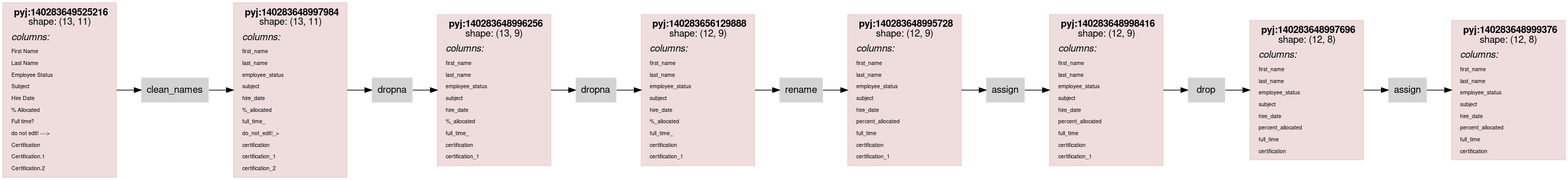
This is scripts/rdflog/dirty-clean.ttl.dot.png from asmirnov69/pyjviz-poc, a Graphviz export, as it was before one commit. Its source is kept beside it as scripts/rdflog/dirty-clean.ttl.dot.
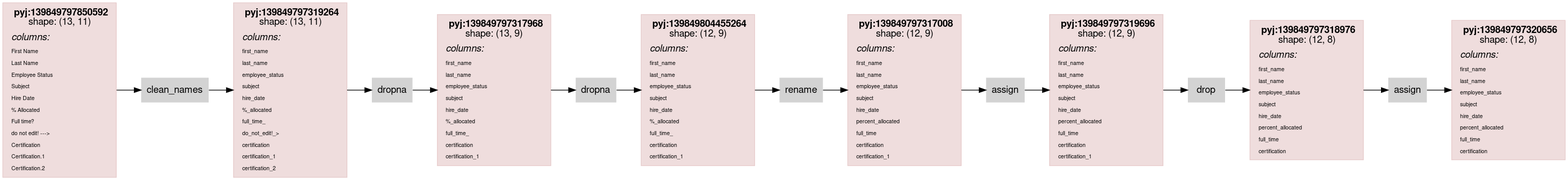
The same file after the commit.

What changed in the source:
```diff
@@ -14,7 +14,7 @@
                 color="#88000022"
                 shape = rect
                 label = <<table border="0" cellborder="0" cellspacing="0" cellpadding="4">
-                         <tr> <td> <b>pyj:140283649525216</b><br/>shape: (13, 11)</td> </tr>
+                         <tr> <td> <b>pyj:139849797850592</b><br/>shape: (13, 11)</td> </tr>
                          <tr> <td align="left"><i>columns:</i><br align="left"/></td></tr>
                 <tr><td align="left"><FONT POINT-SIZE="8px">First Name</FONT></td></tr>
 <tr><td align="left"><FONT POINT-SIZE="8px">Last Name</FONT></td></tr>
@@ -33,7 +33,7 @@
                 color="#88000022"
                 shape = rect
                 label = <<table border="0" cellborder="0" cellspacing="0" cellpadding="4">
-                         <tr> <td> <b>pyj:140283648997984</b><br/>shape: (13, 11)</td> </tr>
+                         <tr> <td> <b>pyj:139849797319264</b><br/>shape: (13, 11)</td> </tr>
                          <tr> <td align="left"><i>columns:</i><br align="left"/></td></tr>
                 <tr><td align="left"><FONT POINT-SIZE="8px">first_name</FONT></td></tr>
 <tr><td align="left"><FONT POINT-SIZE="8px">last_name</FONT></td></tr>
@@ -52,7 +52,7 @@
                 color="#88000022"
                 shape = rect
                 label = <<table border="0" cellborder="0" cellspacing="0" cellpadding="4">
-                         <tr> <td> <b>pyj:140283648996256</b><br/>shape: (13, 9)</td> </tr>
+                         <tr> <td> <b>pyj:139849797317968</b><br/>shape: (13, 9)</td> </tr>
                          <tr> <td align="left"><i>columns:</i><br align="left"/></td></tr>
                 <tr><td align="left"><FONT POINT-SIZE="8px">first_name</FONT></td></tr>
 <tr><td align="left"><FONT POINT-SIZE="8px">last_name</FONT></td></tr>
@@ -69,7 +69,7 @@
                 color="#88000022"
                 shape = rect
                 label = <<table border="0" cellborder="0" cellspacing="0" cellpadding="4">
-                         <tr> <td> <b>pyj:140283656129888</b><br/>shape: (12, 9)</td> </tr>
+                         <tr> <td> <b>pyj:139849804455264</b><br/>shape: (12, 9)</td> </tr>
                          <tr> <td align="left"><i>columns:</i><br align="left"/></td></tr>
                 <tr><td align="left"><FONT POINT-SIZE="8px">first_name</FONT></td></tr>
 <tr><td align="left"><FONT POINT-SIZE="8px">last_name</FONT></td></tr>
@@ -86,7 +86,7 @@
                 color="#88000022"
                 shape = rect
                 label = <<table border="0" cellborder="0" cellspacing="0" cellpadding="4">
-                         <tr> <td> <b>pyj:140283648995728</b><br/>shape: (12, 9)</td> </tr>
+                         <tr> <td> <b>pyj:139849797317008</b><br/>shape: (12, 9)</td> </tr>
                          <tr> <td align="left"><i>columns:</i><br align="left"/></td></tr>
                 <tr><td align="left"><FONT POINT-SIZE="8px">first_name</FONT></td></tr>
 <tr><td align="left"><FONT POINT-SIZE="8px">last_name</FONT></td></tr>
@@ -103,7 +103,7 @@
                 color="#88000022"
                 shape = rect
                 label = <<table border="0" cellborder="0" cellspacing="0" cellpadding="4">
-                         <tr> <td> <b>pyj:140283648998416</b><br/>shape: (12, 9)</td> </tr>
+                         <tr> <td> <b>pyj:139849797319696</b><br/>shape: (12, 9)</td> </tr>
                          <tr> <td align="left"><i>columns:</i><br align="left"/></td></tr>
                 <tr><td align="left"><FONT POINT-SIZE="8px">first_name</FONT></td></tr>
 <tr><td align="left"><FONT POINT-SIZE="8px">last_name</FONT></td></tr>
@@ -120,7 +120,7 @@
                 color="#88000022"
                 shape = rect
                 label = <<table border="0" cellborder="0" cellspacing="0" cellpadding="4">
-                         <tr> <td> <b>pyj:140283648997696</b><br/>shape: (12, 8)</td> </tr>
+                         <tr> <td> <b>pyj:139849797318976</b><br/>shape: (12, 8)</td> </tr>
                          <tr> <td align="left"><i>columns:</i><br align="left"/></td></tr>
                 <tr><td align="left"><FONT POINT-SIZE="8px">first_name</FONT></td></tr>
 <tr><td align="left"><FONT POINT-SIZE="8px">last_name</FONT></td></tr>
@@ -136,7 +136,7 @@
                 color="#88000022"
                 shape = rect
                 label = <<table border="0" cellborder="0" cellspacing="0" cellpadding="4">
-                         <tr> <td> <b>pyj:140283648999376</b><br/>shape: (12, 8)</td> </tr>
+                         <tr> <td> <b>pyj:139849797320656</b><br/>shape: (12, 8)</td> </tr>
                          <tr> <td align="left"><i>columns:</i><br align="left"/></td></tr>
                 <tr><td align="left"><FONT POINT-SIZE="8px">first_name</FONT></td></tr>
 <tr><td align="left"><FONT POINT-SIZE="8px">last_name</FONT></td></tr>
```
